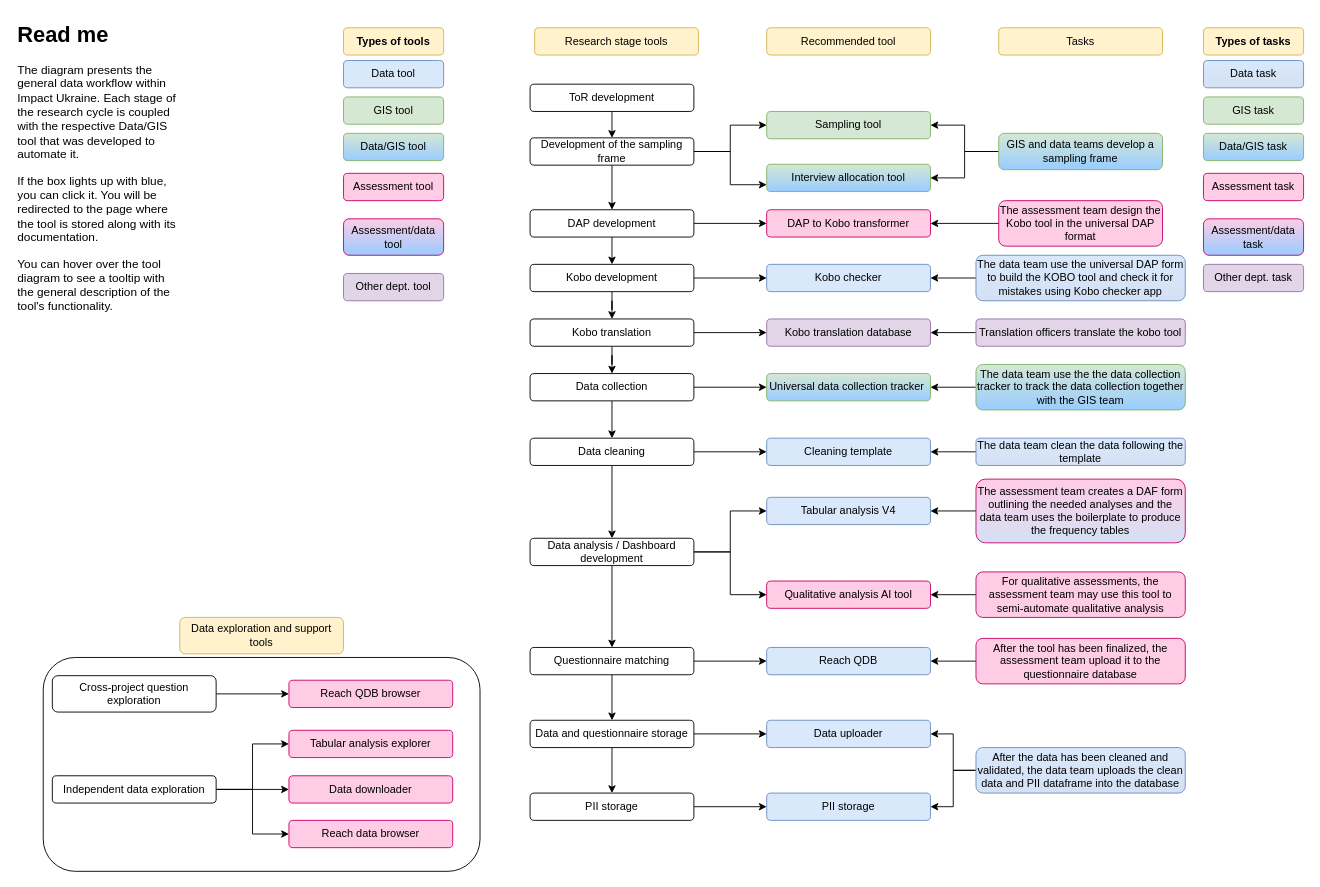
Nestor-Ch/Data_processing_pipeline keeps this draw.io diagram as Untitled Diagram.drawio. Above is the earlier version. Source tidied: cells renumbered, new cells numbered last; positions are measured from the earlier drawing's top-left corner, leaving out a move shared by most shapes. Both pictures are drawn from the tidied source at 91%, with x=0, y=0 at pixel (15, 15).
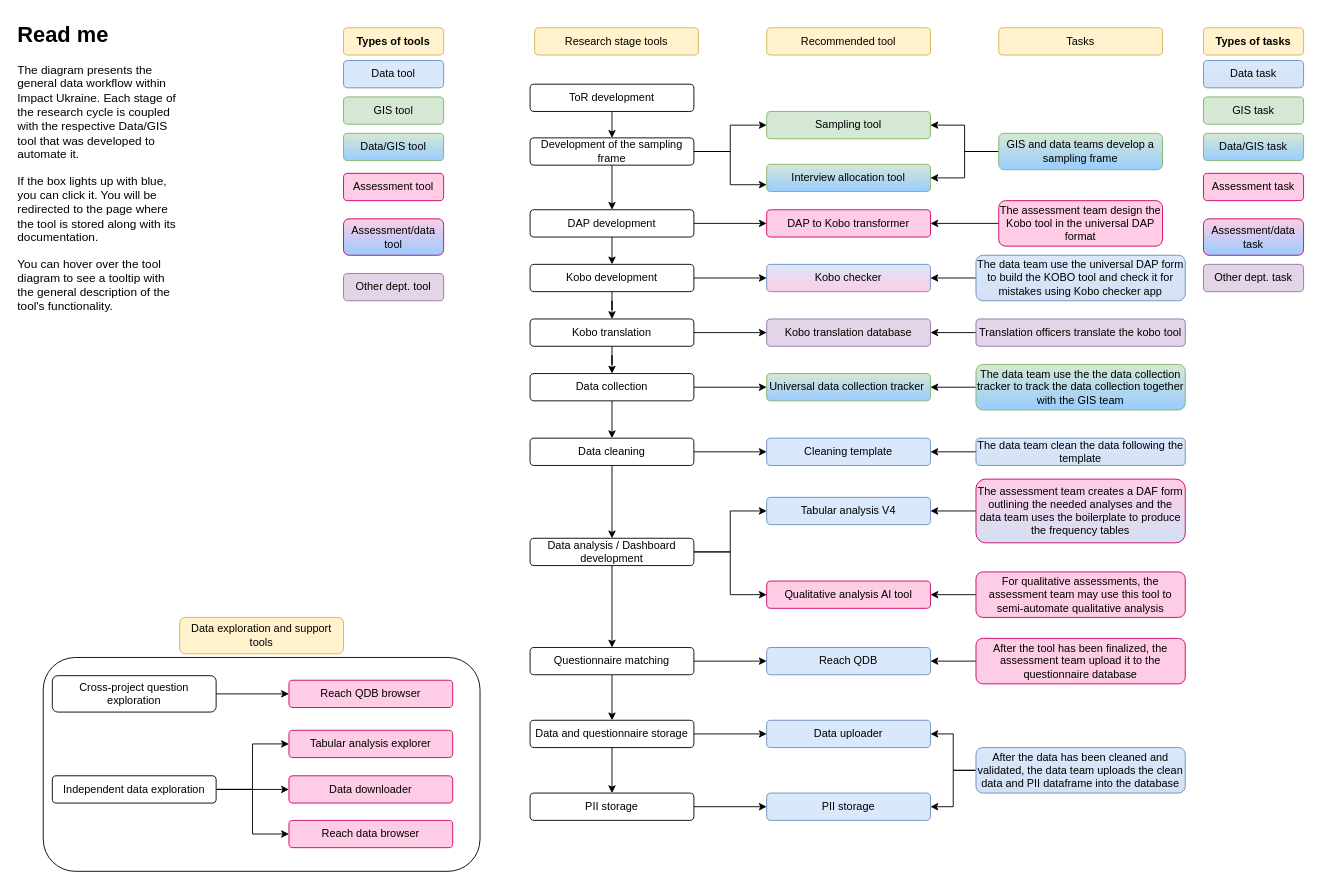
The same page after the edit.

Change to the diagram source:
```diff
@@
-    <mxCell id="20" value="Kobo checker" style="rounded=1;whiteSpace=wrap;html=1;fillColor=#dae8fc;strokeColor=#6c8ebf;" parent="1" vertex="1">
+    <mxCell id="20" value="Kobo checker" style="rounded=1;whiteSpace=wrap;html=1;fillColor=#dae8fc;strokeColor=#6c8ebf;gradientColor=#ffcce6;" parent="1" vertex="1">
       <mxGeometry x="825" y="273" width="180" height="30" as="geometry" />
     </mxCell>
```
